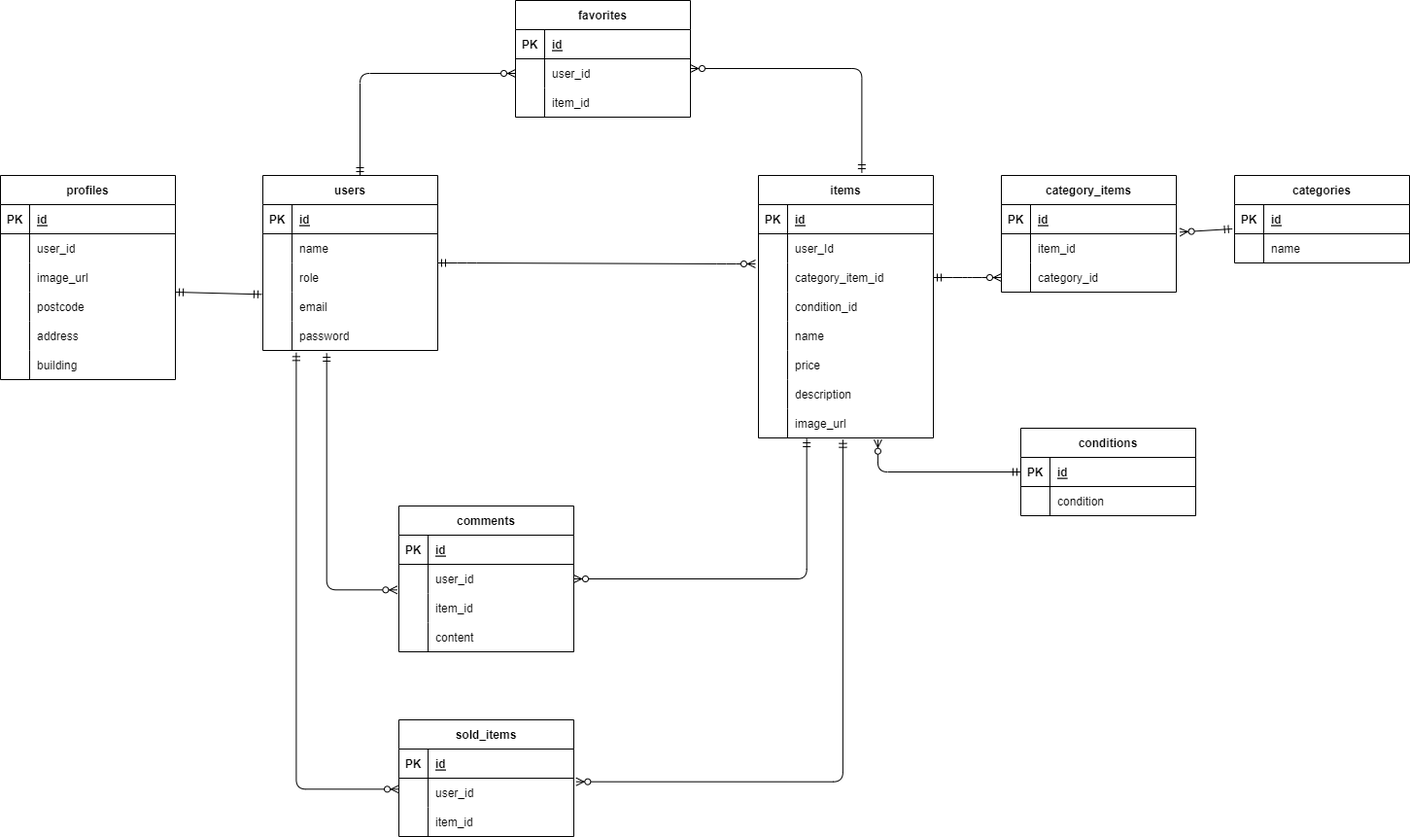
This is app.drawio.png from hashi6013/market-form, a draw.io export, as it was before one commit. Source tidied: cells renumbered, new cells last; positions are measured from the earlier drawing's top-left corner, leaving out a move shared by most shapes.
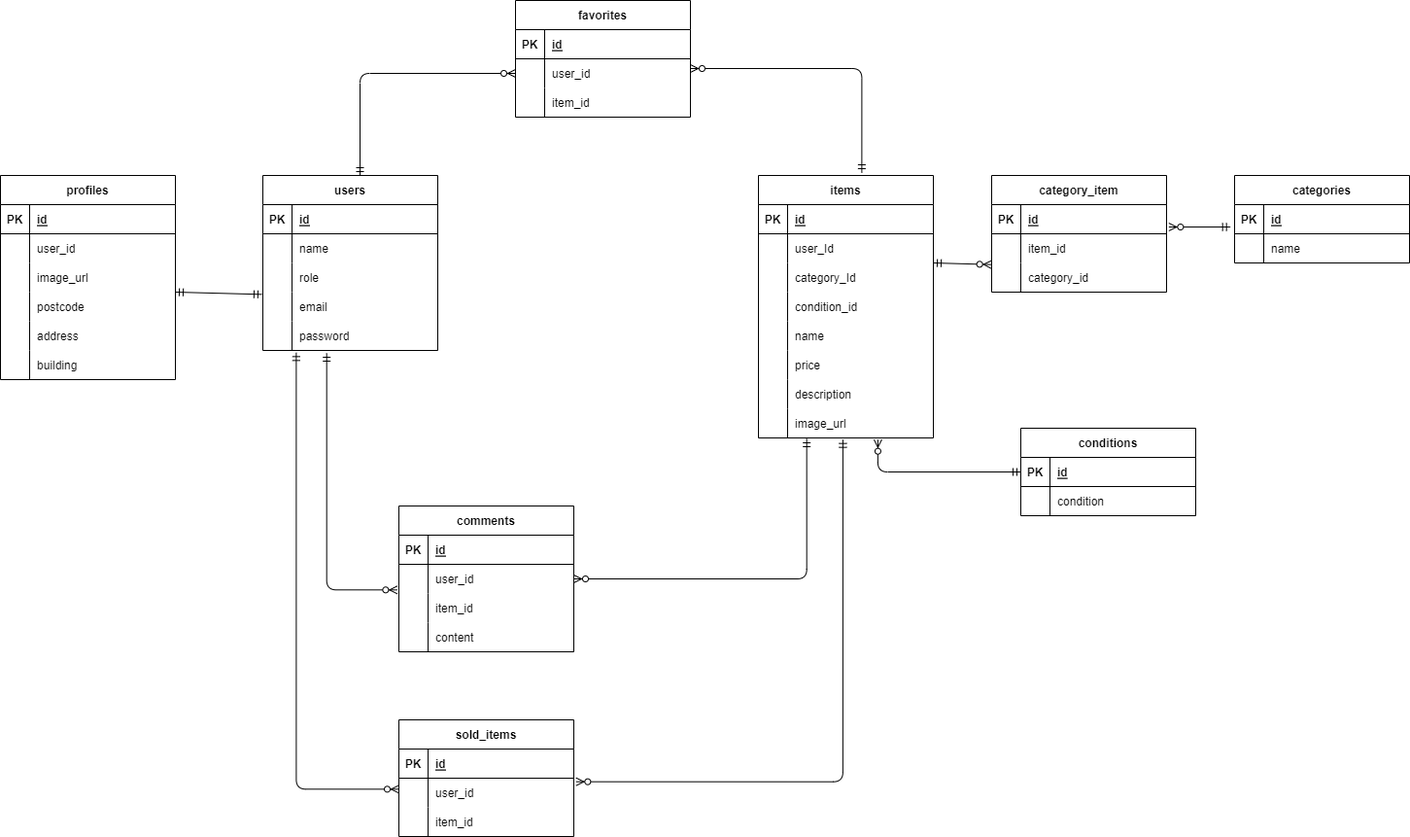
Later version of the same file.

What changed in the source:
```diff
@@ -128,15 +128,15 @@
     <mxCell id="43" value="user_Id" style="shape=partialRectangle;fillColor=none;top=0;left=0;bottom=0;right=0;align=left;spacingLeft=6;overflow=hidden;" parent="41" vertex="1">
       <mxGeometry x="30" width="150" height="30" as="geometry" />
     </mxCell>
-    <mxCell id="44" style="shape=tableRow;horizontal=0;startSize=0;swimlaneHead=0;swimlaneBody=0;fillColor=none;points=[[0,0.5],[1,0.5]];portConstraint=eastwest;top=0;left=0;right=0;bottom=0;" parent="37" vertex="1">
-      <mxGeometry y="90" width="180" height="30" as="geometry" />
-    </mxCell>
-    <mxCell id="45" style="shape=partialRectangle;fillColor=none;top=0;left=0;bottom=0;right=0;overflow=hidden;" parent="44" vertex="1">
-      <mxGeometry width="30" height="30" as="geometry" />
-    </mxCell>
-    <mxCell id="46" value="category_item_id" style="shape=partialRectangle;fillColor=none;top=0;left=0;bottom=0;right=0;align=left;spacingLeft=6;overflow=hidden;" parent="44" vertex="1">
-      <mxGeometry x="30" width="150" height="30" as="geometry" />
-    </mxCell>
+    <mxCell id="130" style="shape=tableRow;horizontal=0;startSize=0;swimlaneHead=0;swimlaneBody=0;fillColor=none;top=0;left=0;right=0;bottom=0;" parent="37" vertex="1">
+      <mxGeometry y="90" width="180" height="30" as="geometry" />
+    </mxCell>
+    <mxCell id="131" style="shape=partialRectangle;fillColor=none;top=0;left=0;bottom=0;right=0;overflow=hidden;" parent="130" vertex="1">
+      <mxGeometry width="30" height="30" as="geometry" />
+    </mxCell>
+    <mxCell id="132" value="category_Id" style="shape=partialRectangle;fillColor=none;top=0;left=0;bottom=0;right=0;align=left;spacingLeft=6;overflow=hidden;" parent="130" vertex="1">
+      <mxGeometry x="30" width="150" height="30" as="geometry" />
+    </mxCell>
     <mxCell id="47" style="shape=tableRow;horizontal=0;startSize=0;swimlaneHead=0;swimlaneBody=0;fillColor=none;top=0;left=0;right=0;bottom=0;" parent="37" vertex="1">
       <mxGeometry y="120" width="180" height="30" as="geometry" />
     </mxCell>
@@ -251,27 +251,6 @@
     <mxCell id="84" value="content" style="shape=partialRectangle;fillColor=none;top=0;left=0;bottom=0;right=0;align=left;spacingLeft=6;overflow=hidden;" parent="82" vertex="1">
       <mxGeometry x="30" width="150" height="30" as="geometry" />
     </mxCell>
-    <mxCell id="85" value="categories" style="shape=table;startSize=30;rowLines=0;fontStyle=1;align=center;" parent="1" vertex="1">
-      <mxGeometry x="1270" y="180" width="180" height="90" as="geometry" />
-    </mxCell>
-    <mxCell id="86" style="shape=tableRow;horizontal=0;startSize=0;swimlaneHead=0;swimlaneBody=0;fillColor=none;top=0;left=0;right=0;bottom=1;" parent="85" vertex="1">
-      <mxGeometry y="30" width="180" height="30" as="geometry" />
-    </mxCell>
-    <mxCell id="87" value="PK" style="shape=partialRectangle;fillColor=none;top=0;left=0;bottom=0;right=0;fontStyle=1;overflow=hidden;" parent="86" vertex="1">
-      <mxGeometry width="30" height="30" as="geometry" />
-    </mxCell>
-    <mxCell id="88" value="id" style="shape=partialRectangle;fillColor=none;top=0;left=0;bottom=0;right=0;align=left;spacingLeft=6;fontStyle=5;overflow=hidden;" parent="86" vertex="1">
-      <mxGeometry x="30" width="150" height="30" as="geometry" />
-    </mxCell>
-    <mxCell id="89" style="shape=tableRow;horizontal=0;startSize=0;swimlaneHead=0;swimlaneBody=0;fillColor=none;points=[[0,0.5],[1,0.5]];portConstraint=eastwest;top=0;left=0;right=0;bottom=0;" parent="85" vertex="1">
-      <mxGeometry y="60" width="180" height="30" as="geometry" />
-    </mxCell>
-    <mxCell id="90" style="shape=partialRectangle;fillColor=none;top=0;left=0;bottom=0;right=0;overflow=hidden;" parent="89" vertex="1">
-      <mxGeometry width="30" height="30" as="geometry" />
-    </mxCell>
-    <mxCell id="91" value="name" style="shape=partialRectangle;fillColor=none;top=0;left=0;bottom=0;right=0;align=left;spacingLeft=6;overflow=hidden;" parent="89" vertex="1">
-      <mxGeometry x="30" width="150" height="30" as="geometry" />
-    </mxCell>
     <mxCell id="92" value="sold_items" style="shape=table;startSize=30;rowLines=0;fontStyle=1;align=center;" parent="1" vertex="1">
       <mxGeometry x="410" y="740" width="180" height="120" as="geometry" />
     </mxCell>
@@ -302,36 +281,6 @@
     <mxCell id="101" value="item_id" style="shape=partialRectangle;fillColor=none;top=0;left=0;bottom=0;right=0;align=left;spacingLeft=6;overflow=hidden;" parent="99" vertex="1">
       <mxGeometry x="30" width="150" height="30" as="geometry" />
     </mxCell>
-    <mxCell id="102" value="category_items" style="shape=table;startSize=30;rowLines=0;fontStyle=1;align=center;" parent="1" vertex="1">
-      <mxGeometry x="1030" y="180" width="180" height="120" as="geometry" />
-    </mxCell>
-    <mxCell id="103" style="shape=tableRow;horizontal=0;startSize=0;swimlaneHead=0;swimlaneBody=0;fillColor=none;top=0;left=0;right=0;bottom=1;" parent="102" vertex="1">
-      <mxGeometry y="30" width="180" height="30" as="geometry" />
-    </mxCell>
-    <mxCell id="104" value="PK" style="shape=partialRectangle;fillColor=none;top=0;left=0;bottom=0;right=0;fontStyle=1;overflow=hidden;" parent="103" vertex="1">
-      <mxGeometry width="30" height="30" as="geometry" />
-    </mxCell>
-    <mxCell id="105" value="id" style="shape=partialRectangle;fillColor=none;top=0;left=0;bottom=0;right=0;align=left;spacingLeft=6;fontStyle=5;overflow=hidden;" parent="103" vertex="1">
-      <mxGeometry x="30" width="150" height="30" as="geometry" />
-    </mxCell>
-    <mxCell id="106" style="shape=tableRow;horizontal=0;startSize=0;swimlaneHead=0;swimlaneBody=0;fillColor=none;points=[[0,0.5],[1,0.5]];portConstraint=eastwest;top=0;left=0;right=0;bottom=0;" parent="102" vertex="1">
-      <mxGeometry y="60" width="180" height="30" as="geometry" />
-    </mxCell>
-    <mxCell id="107" style="shape=partialRectangle;fillColor=none;top=0;left=0;bottom=0;right=0;overflow=hidden;" parent="106" vertex="1">
-      <mxGeometry width="30" height="30" as="geometry" />
-    </mxCell>
-    <mxCell id="108" value="item_id" style="shape=partialRectangle;fillColor=none;top=0;left=0;bottom=0;right=0;align=left;spacingLeft=6;overflow=hidden;" parent="106" vertex="1">
-      <mxGeometry x="30" width="150" height="30" as="geometry" />
-    </mxCell>
-    <mxCell id="109" style="shape=tableRow;horizontal=0;startSize=0;swimlaneHead=0;swimlaneBody=0;fillColor=none;points=[[0,0.5],[1,0.5]];portConstraint=eastwest;top=0;left=0;right=0;bottom=0;" parent="102" vertex="1">
-      <mxGeometry y="90" width="180" height="30" as="geometry" />
-    </mxCell>
-    <mxCell id="110" style="shape=partialRectangle;fillColor=none;top=0;left=0;bottom=0;right=0;overflow=hidden;" parent="109" vertex="1">
-      <mxGeometry width="30" height="30" as="geometry" />
-    </mxCell>
-    <mxCell id="111" value="category_id" style="shape=partialRectangle;fillColor=none;top=0;left=0;bottom=0;right=0;align=left;spacingLeft=6;overflow=hidden;" parent="109" vertex="1">
-      <mxGeometry x="30" width="150" height="30" as="geometry" />
-    </mxCell>
     <mxCell id="112" value="conditions" style="shape=table;startSize=30;rowLines=0;fontStyle=1;align=center;" parent="1" vertex="1">
       <mxGeometry x="1050" y="440" width="180" height="90" as="geometry" />
     </mxCell>
@@ -371,7 +320,7 @@
         </Array>
       </mxGeometry>
     </mxCell>
-    <mxCell id="122" style="edgeStyle=entityRelationEdgeStyle;fontSize=12;html=1;endArrow=ERzeroToMany;startArrow=ERmandOne;entryX=-0.017;entryY=0.033;entryDx=0;entryDy=0;entryPerimeter=0;" parent="1" edge="1" target="44">
+    <mxCell id="122" style="edgeStyle=entityRelationEdgeStyle;fontSize=12;html=1;endArrow=ERzeroToMany;startArrow=ERmandOne;entryX=-0.017;entryY=0.033;entryDx=0;entryDy=0;entryPerimeter=0;" parent="1" edge="1" target="x">
       <mxGeometry relative="1" as="geometry">
         <mxPoint x="450" y="270" as="sourcePoint" />
       </mxGeometry>
@@ -384,12 +333,11 @@
         </Array>
       </mxGeometry>
     </mxCell>
-    <mxCell id="124" style="edgeStyle=entityRelationEdgeStyle;fontSize=12;html=1;endArrow=ERzeroToMany;startArrow=ERmandOne;exitX=1;exitY=0.5;exitDx=0;exitDy=0;entryX=0;entryY=0.5;entryDx=0;entryDy=0;" parent="1" edge="1" source="44" target="109">
-      <mxGeometry relative="1" as="geometry" />
+    <mxCell id="124" style="edgeStyle=entityRelationEdgeStyle;fontSize=12;html=1;endArrow=ERzeroToMany;startArrow=ERmandOne;exitX=1;exitY=0.5;exitDx=0;exitDy=0;entryX=0;entryY=0.5;entryDx=0;entryDy=0;" parent="1" edge="1" source="x">
+      <mxGeometry relative="1" as="geometry">
+        <mxPoint x="1030" y="285" as="targetPoint" />
+      </mxGeometry>
     </mxCell>
-    <mxCell id="125" style="fontSize=12;html=1;endArrow=ERzeroToMany;startArrow=ERmandOne;exitX=-0.013;exitY=-0.167;exitDx=0;exitDy=0;exitPerimeter=0;entryX=1.02;entryY=-0.056;entryDx=0;entryDy=0;entryPerimeter=0;" parent="1" edge="1" source="89" target="106">
-      <mxGeometry relative="1" as="geometry" />
-    </mxCell>
     <mxCell id="126" style="edgeStyle=orthogonalEdgeStyle;fontSize=12;html=1;endArrow=ERzeroToMany;startArrow=ERmandOne;exitX=0;exitY=0.5;exitDx=0;exitDy=0;entryX=0.683;entryY=1.056;entryDx=0;entryDy=0;entryPerimeter=0;" parent="1" edge="1" source="113" target="59">
       <mxGeometry relative="1" as="geometry">
         <Array as="points">
@@ -414,5 +362,64 @@
         </Array>
       </mxGeometry>
     </mxCell>
+    <mxCell id="85" value="categories" style="shape=table;startSize=30;rowLines=0;fontStyle=1;align=center;" parent="1" vertex="1">
+      <mxGeometry x="1270" y="180" width="180" height="90" as="geometry" />
+    </mxCell>
+    <mxCell id="133" style="shape=tableRow;horizontal=0;startSize=0;swimlaneHead=0;swimlaneBody=0;fillColor=none;points=[[0,0.5],[1,0.5]];portConstraint=eastwest;top=0;left=0;right=0;bottom=1;" parent="85" vertex="1">
+      <mxGeometry y="30" width="180" height="30" as="geometry" />
+    </mxCell>
+    <mxCell id="134" value="PK" style="shape=partialRectangle;fillColor=none;top=0;left=0;bottom=0;right=0;fontStyle=1;overflow=hidden;" parent="133" vertex="1">
+      <mxGeometry width="30" height="30" as="geometry" />
+    </mxCell>
+    <mxCell id="135" value="id" style="shape=partialRectangle;fillColor=none;top=0;left=0;bottom=0;right=0;align=left;spacingLeft=6;fontStyle=5;overflow=hidden;" parent="133" vertex="1">
+      <mxGeometry x="30" width="150" height="30" as="geometry" />
+    </mxCell>
+    <mxCell id="136" style="shape=tableRow;horizontal=0;startSize=0;swimlaneHead=0;swimlaneBody=0;fillColor=none;top=0;left=0;right=0;bottom=0;" parent="85" vertex="1">
+      <mxGeometry y="60" width="180" height="30" as="geometry" />
+    </mxCell>
+    <mxCell id="137" style="shape=partialRectangle;fillColor=none;top=0;left=0;bottom=0;right=0;overflow=hidden;" parent="136" vertex="1">
+      <mxGeometry width="30" height="30" as="geometry" />
+    </mxCell>
+    <mxCell id="91" value="name" style="shape=partialRectangle;fillColor=none;top=0;left=0;bottom=0;right=0;align=left;spacingLeft=6;overflow=hidden;" parent="136" vertex="1">
+      <mxGeometry x="30" width="150" height="30" as="geometry" />
+    </mxCell>
+    <mxCell id="138" value="category_item" style="shape=table;startSize=30;rowLines=0;fontStyle=1;align=center;" parent="1" vertex="1">
+      <mxGeometry x="1020" y="180" width="180" height="120" as="geometry" />
+    </mxCell>
+    <mxCell id="139" style="shape=tableRow;horizontal=0;startSize=0;swimlaneHead=0;swimlaneBody=0;fillColor=none;points=[[0,0.5],[1,0.5]];portConstraint=eastwest;top=0;left=0;right=0;bottom=1;" parent="138" vertex="1">
+      <mxGeometry y="30" width="180" height="30" as="geometry" />
+    </mxCell>
+    <mxCell id="140" value="PK" style="shape=partialRectangle;fillColor=none;top=0;left=0;bottom=0;right=0;fontStyle=1;overflow=hidden;" parent="139" vertex="1">
+      <mxGeometry width="30" height="30" as="geometry" />
+    </mxCell>
+    <mxCell id="141" value="id" style="shape=partialRectangle;fillColor=none;top=0;left=0;bottom=0;right=0;align=left;spacingLeft=6;fontStyle=5;overflow=hidden;" parent="139" vertex="1">
+      <mxGeometry x="30" width="150" height="30" as="geometry" />
+    </mxCell>
+    <mxCell id="142" style="shape=tableRow;horizontal=0;startSize=0;swimlaneHead=0;swimlaneBody=0;fillColor=none;points=[[0,0.5],[1,0.5]];portConstraint=eastwest;top=0;left=0;right=0;bottom=0;" parent="138" vertex="1">
+      <mxGeometry y="60" width="180" height="30" as="geometry" />
+    </mxCell>
+    <mxCell id="143" style="shape=partialRectangle;fillColor=none;top=0;left=0;bottom=0;right=0;overflow=hidden;" parent="142" vertex="1">
+      <mxGeometry width="30" height="30" as="geometry" />
+    </mxCell>
+    <mxCell id="108" value="item_id" style="shape=partialRectangle;fillColor=none;top=0;left=0;bottom=0;right=0;align=left;spacingLeft=6;overflow=hidden;" parent="142" vertex="1">
+      <mxGeometry x="30" width="150" height="30" as="geometry" />
+    </mxCell>
+    <mxCell id="144" style="shape=tableRow;horizontal=0;startSize=0;swimlaneHead=0;swimlaneBody=0;fillColor=none;top=0;left=0;right=0;bottom=0;" parent="138" vertex="1">
+      <mxGeometry y="90" width="180" height="30" as="geometry" />
+    </mxCell>
+    <mxCell id="145" style="shape=partialRectangle;fillColor=none;top=0;left=0;bottom=0;right=0;overflow=hidden;" parent="144" vertex="1">
+      <mxGeometry width="30" height="30" as="geometry" />
+    </mxCell>
+    <mxCell id="111" value="category_id" style="shape=partialRectangle;fillColor=none;top=0;left=0;bottom=0;right=0;align=left;spacingLeft=6;overflow=hidden;" parent="144" vertex="1">
+      <mxGeometry x="30" width="150" height="30" as="geometry" />
+    </mxCell>
+    <mxCell id="146" style="fontSize=12;html=1;endArrow=ERzeroToMany;startArrow=ERmandOne;exitX=-0.024;exitY=0.767;exitDx=0;exitDy=0;exitPerimeter=0;entryX=1.013;entryY=0.767;entryDx=0;entryDy=0;entryPerimeter=0;" parent="1" edge="1" source="133" target="139">
+      <mxGeometry relative="1" as="geometry" />
+    </mxCell>
+    <mxCell id="147" style="fontSize=12;html=1;endArrow=ERzeroToMany;startArrow=ERmandOne;entryX=-0.002;entryY=1.056;entryDx=0;entryDy=0;entryPerimeter=0;" parent="1" edge="1" target="142">
+      <mxGeometry relative="1" as="geometry">
+        <mxPoint x="960" y="270" as="sourcePoint" />
+      </mxGeometry>
+    </mxCell>
   </root>
 </mxGraphModel>
```
